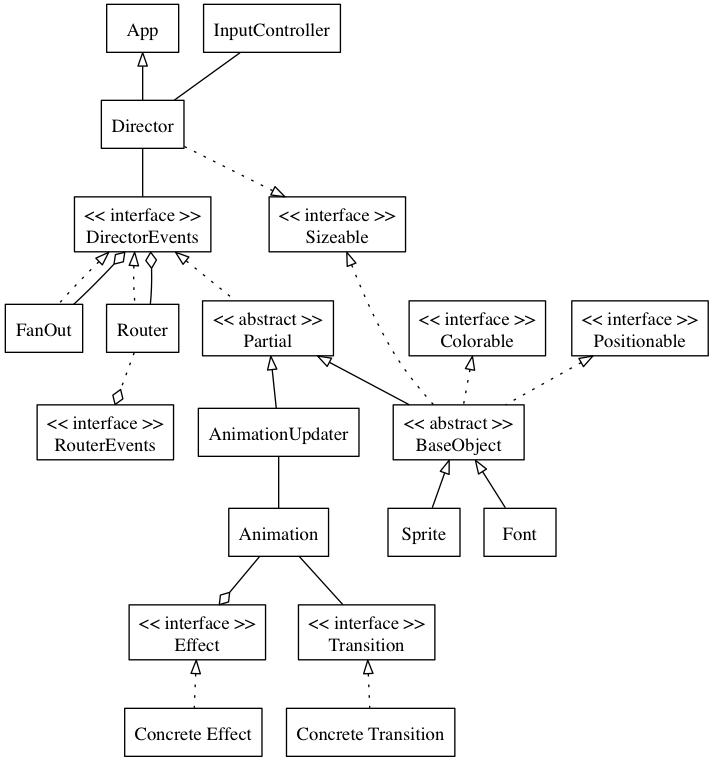
Earlier version of the Graphviz export docs/class_diagram.png (michaelcontento/bono). Its source is kept beside it as docs/class_diagram.dot.
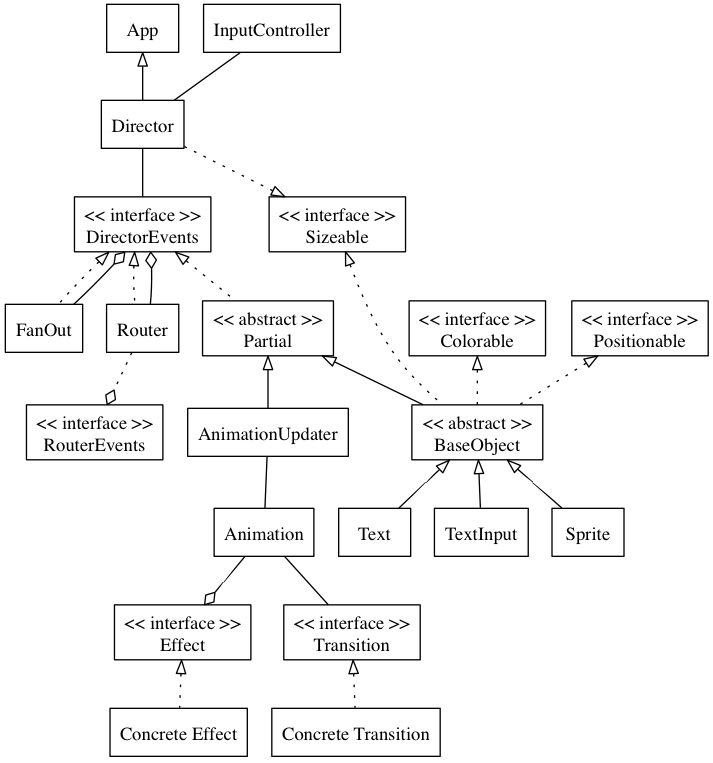
The same diagram one commit later.

Commit message:
Class diagram updated

Change to the diagram source:
```diff
@@ -6,8 +6,9 @@
         App -> Director [weight=8]
         Partial -> BaseObject
         Partial -> AnimationUpdater
-        BaseObject -> Font
         BaseObject -> Sprite
+        BaseObject -> Text
+        BaseObject -> TextInput
     }
 
     subgraph aggregations {
```
